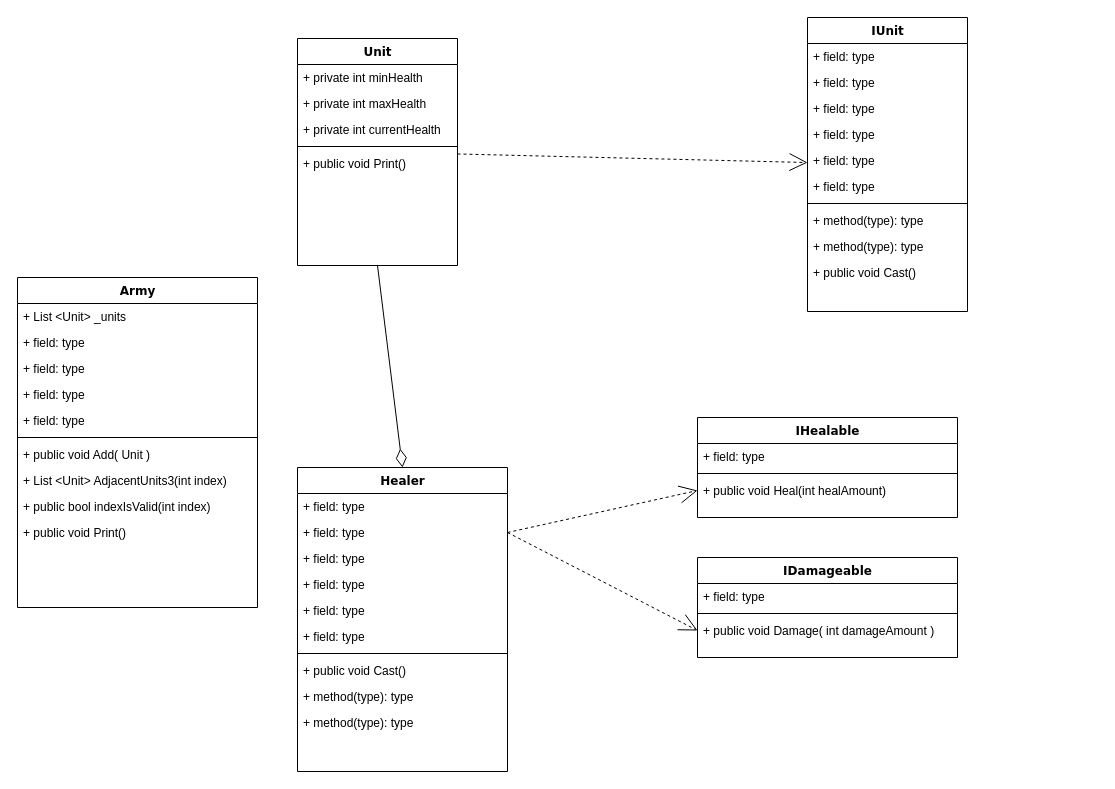
Before: page "Структура" (1 of 2) of Untitled Diagram.drawio in alexmukh/AdjacentUnits, a draw.io diagram. Source tidied: cells renumbered, new cells numbered last; positions are measured from the earlier drawing's top-left corner, leaving out a move shared by most shapes. Both pictures are drawn from the tidied source at 100%, with x=0, y=0 at pixel (17, 17).
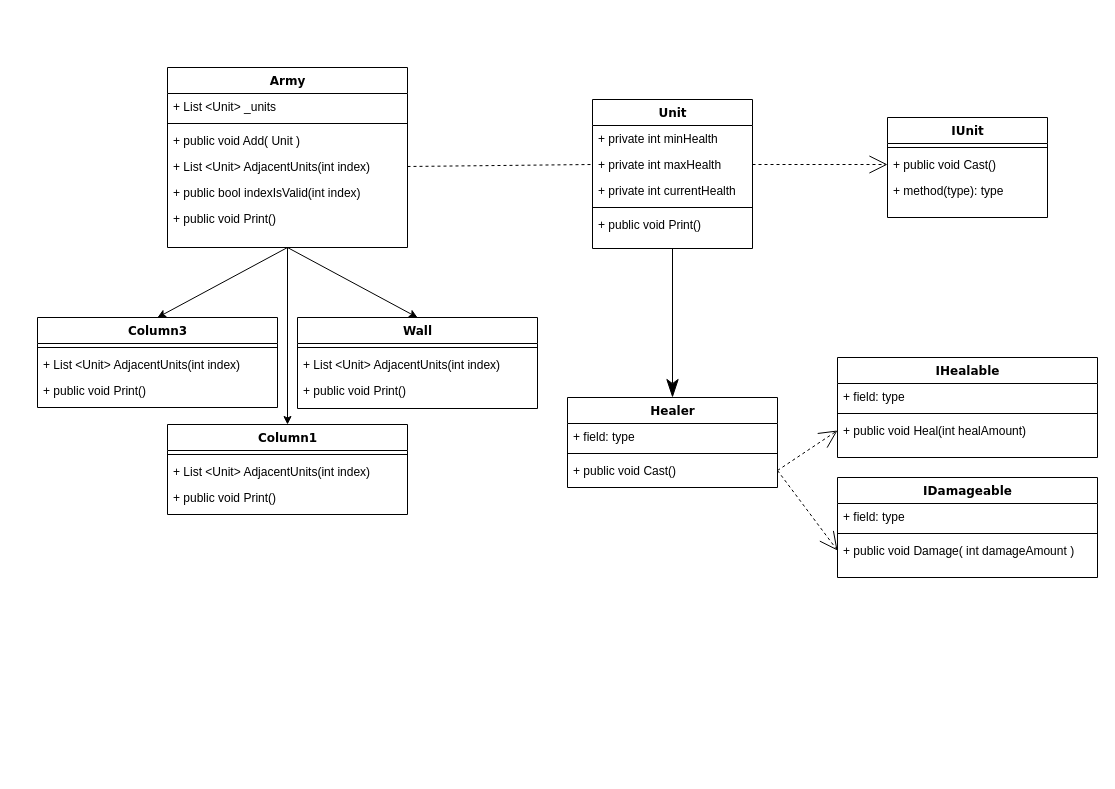
Above is the later version.

The change refers to these unchanged cells:
```xml
<mxCell id="5" value="+ private int maxHealth" style="text;html=1;strokeColor=none;fillColor=none;align=left;verticalAlign=top;spacingLeft=4;spacingRight=4;whiteSpace=wrap;overflow=hidden;points=[[0,0.5],[1,0.5]];portConstraint=eastwest;" parent="3" vertex="1">
  <mxGeometry y="52" width="160" height="26" as="geometry" />
</mxCell>
<mxCell id="24" value="+ public void Heal(int healAmount)" style="text;html=1;strokeColor=none;fillColor=none;align=left;verticalAlign=top;spacingLeft=4;spacingRight=4;whiteSpace=wrap;overflow=hidden;points=[[0,0.5],[1,0.5]];portConstraint=eastwest;" parent="21" vertex="1">
  <mxGeometry y="60" width="260" height="26" as="geometry" />
</mxCell>
<mxCell id="40" value="+ public void Damage( int damageAmount )" style="text;html=1;strokeColor=none;fillColor=none;align=left;verticalAlign=top;spacingLeft=4;spacingRight=4;whiteSpace=wrap;overflow=hidden;points=[[0,0.5],[1,0.5]];portConstraint=eastwest;" parent="37" vertex="1">
  <mxGeometry y="60" width="260" height="26" as="geometry" />
</mxCell>
```

Change to the diagram source:
```diff
@@
-    <mxCell id="2" style="html=1;labelBackgroundColor=none;startFill=0;startSize=8;endArrow=diamondThin;endFill=0;endSize=16;fontFamily=Verdana;fontSize=12;entryX=0.5;entryY=0;entryDx=0;entryDy=0;exitX=0.5;exitY=1;exitDx=0;exitDy=0;" parent="1" edge="1" source="3" target="25">
+    <mxCell id="2" style="html=1;labelBackgroundColor=none;startFill=0;startSize=8;endArrow=classicThin;endFill=1;endSize=16;fontFamily=Verdana;fontSize=12;entryX=0.5;entryY=0;entryDx=0;entryDy=0;exitX=0.5;exitY=1;exitDx=0;exitDy=0;" parent="1" edge="1" source="3" target="25">
       <mxGeometry relative="1" as="geometry" />
     </mxCell>
     <mxCell id="3" value="Unit" style="swimlane;html=1;fontStyle=1;align=center;verticalAlign=top;horizontal=1;startSize=26;swimlaneFillColor=#ffffff;rounded=0;shadow=0;comic=0;labelBackgroundColor=none;strokeWidth=1;fillColor=none;fontFamily=Verdana;fontSize=12;" parent="1" vertex="1">
-      <mxGeometry x="280" y="21" width="160" height="227" as="geometry" />
+      <mxGeometry x="575" y="82" width="160" height="149" as="geometry" />
     </mxCell>
@@
-    <mxCell id="9" style="html=1;labelBackgroundColor=none;startFill=0;startSize=8;endArrow=open;endFill=0;endSize=16;fontFamily=Verdana;fontSize=12;elbow=vertical;dashed=1;exitX=1;exitY=0.5;exitDx=0;exitDy=0;entryX=0;entryY=0.5;entryDx=0;entryDy=0;" parent="1" edge="1" source="27" target="24">
+    <mxCell id="9" style="html=1;labelBackgroundColor=none;startFill=0;startSize=8;endArrow=open;endFill=0;endSize=16;fontFamily=Verdana;fontSize=12;elbow=vertical;dashed=1;exitX=1;exitY=0.5;exitDx=0;exitDy=0;entryX=0;entryY=0.5;entryDx=0;entryDy=0;" parent="1" edge="1" source="33" target="24">
       <mxGeometry relative="1" as="geometry" />
     </mxCell>
     <mxCell id="10" value="IUnit" style="swimlane;html=1;fontStyle=1;align=center;verticalAlign=top;horizontal=1;startSize=26;swimlaneFillColor=#ffffff;rounded=0;shadow=0;comic=0;labelBackgroundColor=none;strokeWidth=1;fillColor=none;fontFamily=Verdana;fontSize=12;" parent="1" vertex="1">
-      <mxGeometry x="790" width="160" height="294" as="geometry" />
+      <mxGeometry x="870" y="100" width="160" height="100" as="geometry" />
     </mxCell>
-    <mxCell id="11" value="+ field: type" style="text;html=1;strokeColor=none;fillColor=none;align=left;verticalAlign=top;spacingLeft=4;spacingRight=4;whiteSpace=wrap;overflow=hidden;" parent="10" vertex="1">
-      <mxGeometry y="26" width="160" height="26" as="geometry" />
-    </mxCell>
-    <mxCell id="12" value="+ field: type" style="text;html=1;strokeColor=none;fillColor=none;align=left;verticalAlign=top;spacingLeft=4;spacingRight=4;whiteSpace=wrap;overflow=hidden;" parent="10" vertex="1">
-      <mxGeometry y="52" width="160" height="26" as="geometry" />
-    </mxCell>
-    <mxCell id="13" value="+ field: type" style="text;html=1;strokeColor=none;fillColor=none;align=left;verticalAlign=top;spacingLeft=4;spacingRight=4;whiteSpace=wrap;overflow=hidden;" parent="10" vertex="1">
-      <mxGeometry y="78" width="160" height="26" as="geometry" />
-    </mxCell>
-    <mxCell id="14" value="+ field: type" style="text;html=1;strokeColor=none;fillColor=none;align=left;verticalAlign=top;spacingLeft=4;spacingRight=4;whiteSpace=wrap;overflow=hidden;" parent="10" vertex="1">
-      <mxGeometry y="104" width="160" height="26" as="geometry" />
-    </mxCell>
-    <mxCell id="15" value="+ field: type" style="text;html=1;strokeColor=none;fillColor=none;align=left;verticalAlign=top;spacingLeft=4;spacingRight=4;whiteSpace=wrap;overflow=hidden;" parent="10" vertex="1">
-      <mxGeometry y="130" width="160" height="26" as="geometry" />
-    </mxCell>
-    <mxCell id="16" value="+ field: type" style="text;html=1;strokeColor=none;fillColor=none;align=left;verticalAlign=top;spacingLeft=4;spacingRight=4;whiteSpace=wrap;overflow=hidden;" parent="10" vertex="1">
-      <mxGeometry y="156" width="160" height="26" as="geometry" />
-    </mxCell>
     <mxCell id="17" style="line;html=1;strokeWidth=1;fillColor=none;align=left;verticalAlign=middle;spacingTop=-1;spacingLeft=3;spacingRight=3;labelPosition=right;" parent="10" vertex="1">
-      <mxGeometry y="182" width="160" height="8" as="geometry" />
+      <mxGeometry y="26" width="160" height="8" as="geometry" />
     </mxCell>
+    <mxCell id="20" value="+ public void Cast()" style="text;html=1;strokeColor=none;fillColor=none;align=left;verticalAlign=top;spacingLeft=4;spacingRight=4;whiteSpace=wrap;overflow=hidden;points=[[0,0.5],[1,0.5]];portConstraint=eastwest;" parent="10" vertex="1">
+      <mxGeometry y="34" width="160" height="26" as="geometry" />
+    </mxCell>
     <mxCell id="18" value="+ method(type): type" style="text;html=1;strokeColor=none;fillColor=none;align=left;verticalAlign=top;spacingLeft=4;spacingRight=4;whiteSpace=wrap;overflow=hidden;" parent="10" vertex="1">
-      <mxGeometry y="190" width="160" height="26" as="geometry" />
+      <mxGeometry y="60" width="160" height="26" as="geometry" />
     </mxCell>
-    <mxCell id="19" value="+ method(type): type" style="text;html=1;strokeColor=none;fillColor=none;align=left;verticalAlign=top;spacingLeft=4;spacingRight=4;whiteSpace=wrap;overflow=hidden;" parent="10" vertex="1">
-      <mxGeometry y="216" width="160" height="26" as="geometry" />
-    </mxCell>
-    <mxCell id="20" value="+ public void Cast()" style="text;html=1;strokeColor=none;fillColor=none;align=left;verticalAlign=top;spacingLeft=4;spacingRight=4;whiteSpace=wrap;overflow=hidden;points=[[0,0.5],[1,0.5]];portConstraint=eastwest;" parent="10" vertex="1">
-      <mxGeometry y="242" width="160" height="26" as="geometry" />
-    </mxCell>
     <mxCell id="21" value="IHealable" style="swimlane;html=1;fontStyle=1;align=center;verticalAlign=top;horizontal=1;startSize=26;swimlaneFillColor=#ffffff;rounded=0;shadow=0;comic=0;labelBackgroundColor=none;strokeWidth=1;fillColor=none;fontFamily=Verdana;fontSize=12;" parent="1" vertex="1">
-      <mxGeometry x="680" y="400" width="260" height="100" as="geometry" />
+      <mxGeometry x="820" y="340" width="260" height="100" as="geometry" />
     </mxCell>
@@
     <mxCell id="25" value="Healer" style="swimlane;html=1;fontStyle=1;align=center;verticalAlign=top;horizontal=1;startSize=26;swimlaneFillColor=#ffffff;rounded=0;shadow=0;comic=0;labelBackgroundColor=none;strokeWidth=1;fillColor=none;fontFamily=Verdana;fontSize=12;" parent="1" vertex="1">
-      <mxGeometry x="280" y="450" width="210" height="304" as="geometry" />
+      <mxGeometry x="550" y="380" width="210" height="90" as="geometry" />
     </mxCell>
-    <mxCell id="26" value="+ field: type" style="text;html=1;strokeColor=none;fillColor=none;align=left;verticalAlign=top;spacingLeft=4;spacingRight=4;whiteSpace=wrap;overflow=hidden;" parent="25" vertex="1">
-      <mxGeometry y="26" width="210" height="26" as="geometry" />
-    </mxCell>
-    <mxCell id="27" value="+ field: type" style="text;html=1;strokeColor=none;fillColor=none;align=left;verticalAlign=top;spacingLeft=4;spacingRight=4;whiteSpace=wrap;overflow=hidden;points=[[0,0.5],[1,0.5]];portConstraint=eastwest;" parent="25" vertex="1">
-      <mxGeometry y="52" width="210" height="26" as="geometry" />
-    </mxCell>
-    <mxCell id="28" value="+ field: type" style="text;html=1;strokeColor=none;fillColor=none;align=left;verticalAlign=top;spacingLeft=4;spacingRight=4;whiteSpace=wrap;overflow=hidden;" parent="25" vertex="1">
-      <mxGeometry y="78" width="210" height="26" as="geometry" />
-    </mxCell>
-    <mxCell id="29" value="+ field: type" style="text;html=1;strokeColor=none;fillColor=none;align=left;verticalAlign=top;spacingLeft=4;spacingRight=4;whiteSpace=wrap;overflow=hidden;" parent="25" vertex="1">
-      <mxGeometry y="104" width="210" height="26" as="geometry" />
-    </mxCell>
-    <mxCell id="30" value="+ field: type" style="text;html=1;strokeColor=none;fillColor=none;align=left;verticalAlign=top;spacingLeft=4;spacingRight=4;whiteSpace=wrap;overflow=hidden;" parent="25" vertex="1">
-      <mxGeometry y="130" width="210" height="26" as="geometry" />
-    </mxCell>
     <mxCell id="31" value="+ field: type" style="text;html=1;strokeColor=none;fillColor=none;align=left;verticalAlign=top;spacingLeft=4;spacingRight=4;whiteSpace=wrap;overflow=hidden;" parent="25" vertex="1">
-      <mxGeometry y="156" width="210" height="26" as="geometry" />
+      <mxGeometry y="26" width="210" height="26" as="geometry" />
     </mxCell>
     <mxCell id="32" style="line;html=1;strokeWidth=1;fillColor=none;align=left;verticalAlign=middle;spacingTop=-1;spacingLeft=3;spacingRight=3;labelPosition=right;" parent="25" vertex="1">
-      <mxGeometry y="182" width="210" height="8" as="geometry" />
+      <mxGeometry y="52" width="210" height="8" as="geometry" />
     </mxCell>
     <mxCell id="33" value="+ public void Cast()" style="text;html=1;strokeColor=none;fillColor=none;align=left;verticalAlign=top;spacingLeft=4;spacingRight=4;whiteSpace=wrap;overflow=hidden;points=[[0,0.5],[1,0.5]];portConstraint=eastwest;" parent="25" vertex="1">
-      <mxGeometry y="190" width="210" height="26" as="geometry" />
+      <mxGeometry y="60" width="210" height="26" as="geometry" />
     </mxCell>
-    <mxCell id="34" value="+ method(type): type" style="text;html=1;strokeColor=none;fillColor=none;align=left;verticalAlign=top;spacingLeft=4;spacingRight=4;whiteSpace=wrap;overflow=hidden;" parent="25" vertex="1">
-      <mxGeometry y="216" width="210" height="26" as="geometry" />
-    </mxCell>
-    <mxCell id="35" value="+ method(type): type" style="text;html=1;strokeColor=none;fillColor=none;align=left;verticalAlign=top;spacingLeft=4;spacingRight=4;whiteSpace=wrap;overflow=hidden;" parent="25" vertex="1">
-      <mxGeometry y="242" width="210" height="26" as="geometry" />
-    </mxCell>
-    <mxCell id="36" style="html=1;labelBackgroundColor=none;startFill=0;startSize=8;endArrow=open;endFill=0;endSize=16;fontFamily=Verdana;fontSize=12;elbow=vertical;dashed=1;" parent="1" edge="1" source="3" target="10">
+    <mxCell id="36" style="html=1;labelBackgroundColor=none;startFill=0;startSize=8;endArrow=open;endFill=0;endSize=16;fontFamily=Verdana;fontSize=12;elbow=vertical;dashed=1;exitX=1;exitY=0.5;exitDx=0;exitDy=0;entryX=0;entryY=0.5;entryDx=0;entryDy=0;" parent="1" edge="1" source="5" target="20">
       <mxGeometry relative="1" as="geometry" />
     </mxCell>
     <mxCell id="37" value="IDamageable" style="swimlane;html=1;fontStyle=1;align=center;verticalAlign=top;horizontal=1;startSize=26;swimlaneFillColor=#ffffff;rounded=0;shadow=0;comic=0;labelBackgroundColor=none;strokeWidth=1;fillColor=none;fontFamily=Verdana;fontSize=12;" parent="1" vertex="1">
-      <mxGeometry x="680" y="540" width="260" height="100" as="geometry" />
+      <mxGeometry x="820" y="460" width="260" height="100" as="geometry" />
     </mxCell>
@@
     <mxCell id="41" value="Army" style="swimlane;html=1;fontStyle=1;align=center;verticalAlign=top;horizontal=1;startSize=26;swimlaneFillColor=#ffffff;rounded=0;shadow=0;comic=0;labelBackgroundColor=none;strokeWidth=1;fillColor=none;fontFamily=Verdana;fontSize=12;" parent="1" vertex="1">
-      <mxGeometry y="260" width="240" height="330" as="geometry" />
+      <mxGeometry x="150" y="50" width="240" height="180" as="geometry" />
     </mxCell>
@@
-    <mxCell id="43" value="+ field: type" style="text;html=1;strokeColor=none;fillColor=none;align=left;verticalAlign=top;spacingLeft=4;spacingRight=4;whiteSpace=wrap;overflow=hidden;" parent="41" vertex="1">
-      <mxGeometry y="52" width="240" height="26" as="geometry" />
-    </mxCell>
-    <mxCell id="44" value="+ field: type" style="text;html=1;strokeColor=none;fillColor=none;align=left;verticalAlign=top;spacingLeft=4;spacingRight=4;whiteSpace=wrap;overflow=hidden;" parent="41" vertex="1">
-      <mxGeometry y="78" width="240" height="26" as="geometry" />
-    </mxCell>
-    <mxCell id="45" value="+ field: type" style="text;html=1;strokeColor=none;fillColor=none;align=left;verticalAlign=top;spacingLeft=4;spacingRight=4;whiteSpace=wrap;overflow=hidden;" parent="41" vertex="1">
-      <mxGeometry y="104" width="240" height="26" as="geometry" />
-    </mxCell>
-    <mxCell id="46" value="+ field: type" style="text;html=1;strokeColor=none;fillColor=none;align=left;verticalAlign=top;spacingLeft=4;spacingRight=4;whiteSpace=wrap;overflow=hidden;" parent="41" vertex="1">
-      <mxGeometry y="130" width="240" height="26" as="geometry" />
-    </mxCell>
     <mxCell id="47" style="line;html=1;strokeWidth=1;fillColor=none;align=left;verticalAlign=middle;spacingTop=-1;spacingLeft=3;spacingRight=3;labelPosition=right;" parent="41" vertex="1">
-      <mxGeometry y="156" width="240" height="8" as="geometry" />
+      <mxGeometry y="52" width="240" height="8" as="geometry" />
     </mxCell>
     <mxCell id="48" value="&lt;div&gt;+ public void Add( Unit )&lt;/div&gt;" style="text;html=1;strokeColor=none;fillColor=none;align=left;verticalAlign=top;spacingLeft=4;spacingRight=4;whiteSpace=wrap;overflow=hidden;" parent="41" vertex="1">
-      <mxGeometry y="164" width="240" height="26" as="geometry" />
+      <mxGeometry y="60" width="240" height="26" as="geometry" />
     </mxCell>
-    <mxCell id="49" value="+ List &amp;lt;Unit&amp;gt; AdjacentUnits3(int index)" style="text;html=1;strokeColor=none;fillColor=none;align=left;verticalAlign=top;spacingLeft=4;spacingRight=4;whiteSpace=wrap;overflow=hidden;points=[[0,0.5],[1,0.5]];portConstraint=eastwest;" parent="41" vertex="1">
-      <mxGeometry y="190" width="240" height="26" as="geometry" />
+    <mxCell id="49" value="+ List &amp;lt;Unit&amp;gt; AdjacentUnits(int index)" style="text;html=1;strokeColor=none;fillColor=none;align=left;verticalAlign=top;spacingLeft=4;spacingRight=4;whiteSpace=wrap;overflow=hidden;points=[[0,0.5],[1,0.5]];portConstraint=eastwest;" parent="41" vertex="1">
+      <mxGeometry y="86" width="240" height="26" as="geometry" />
     </mxCell>
     <mxCell id="50" value="+ public bool indexIsValid(int index)" style="text;html=1;strokeColor=none;fillColor=none;align=left;verticalAlign=top;spacingLeft=4;spacingRight=4;whiteSpace=wrap;overflow=hidden;" parent="41" vertex="1">
-      <mxGeometry y="216" width="240" height="26" as="geometry" />
+      <mxGeometry y="112" width="240" height="26" as="geometry" />
     </mxCell>
     <mxCell id="51" value="+ public void Print()" style="text;html=1;strokeColor=none;fillColor=none;align=left;verticalAlign=top;spacingLeft=4;spacingRight=4;whiteSpace=wrap;overflow=hidden;" parent="41" vertex="1">
-      <mxGeometry y="242" width="240" height="26" as="geometry" />
+      <mxGeometry y="138" width="240" height="26" as="geometry" />
     </mxCell>
-    <mxCell id="52" style="html=1;labelBackgroundColor=none;startFill=0;startSize=8;endArrow=open;endFill=0;endSize=16;fontFamily=Verdana;fontSize=12;elbow=vertical;dashed=1;exitX=1;exitY=0.5;exitDx=0;exitDy=0;entryX=0;entryY=0.5;entryDx=0;entryDy=0;" parent="1" edge="1" source="27" target="40">
+    <mxCell id="52" style="html=1;labelBackgroundColor=none;startFill=0;startSize=8;endArrow=open;endFill=0;endSize=16;fontFamily=Verdana;fontSize=12;elbow=vertical;dashed=1;exitX=1;exitY=0.5;exitDx=0;exitDy=0;entryX=0;entryY=0.5;entryDx=0;entryDy=0;" parent="1" edge="1" source="33" target="40">
       <mxGeometry relative="1" as="geometry" />
     </mxCell>
+    <mxCell id="53" value="Column1" style="swimlane;html=1;fontStyle=1;align=center;verticalAlign=top;horizontal=1;startSize=26;swimlaneFillColor=#ffffff;rounded=0;shadow=0;comic=0;labelBackgroundColor=none;strokeWidth=1;fillColor=none;fontFamily=Verdana;fontSize=12;" parent="1" vertex="1">
+      <mxGeometry x="150" y="407" width="240" height="90" as="geometry" />
+    </mxCell>
+    <mxCell id="54" style="line;html=1;strokeWidth=1;fillColor=none;align=left;verticalAlign=middle;spacingTop=-1;spacingLeft=3;spacingRight=3;labelPosition=right;" parent="53" vertex="1">
+      <mxGeometry y="26" width="240" height="8" as="geometry" />
+    </mxCell>
+    <mxCell id="55" value="+ List &amp;lt;Unit&amp;gt; AdjacentUnits(int index)" style="text;html=1;strokeColor=none;fillColor=none;align=left;verticalAlign=top;spacingLeft=4;spacingRight=4;whiteSpace=wrap;overflow=hidden;" parent="53" vertex="1">
+      <mxGeometry y="34" width="240" height="26" as="geometry" />
+    </mxCell>
+    <mxCell id="56" value="+ public void Print()" style="text;html=1;strokeColor=none;fillColor=none;align=left;verticalAlign=top;spacingLeft=4;spacingRight=4;whiteSpace=wrap;overflow=hidden;" parent="53" vertex="1">
+      <mxGeometry y="60" width="240" height="26" as="geometry" />
+    </mxCell>
+    <mxCell id="57" value="Wall" style="swimlane;html=1;fontStyle=1;align=center;verticalAlign=top;horizontal=1;startSize=26;swimlaneFillColor=#ffffff;rounded=0;shadow=0;comic=0;labelBackgroundColor=none;strokeWidth=1;fillColor=none;fontFamily=Verdana;fontSize=12;" parent="1" vertex="1">
+      <mxGeometry x="280" y="300" width="240" height="91" as="geometry" />
+    </mxCell>
+    <mxCell id="58" style="line;html=1;strokeWidth=1;fillColor=none;align=left;verticalAlign=middle;spacingTop=-1;spacingLeft=3;spacingRight=3;labelPosition=right;" parent="57" vertex="1">
+      <mxGeometry y="26" width="240" height="8" as="geometry" />
+    </mxCell>
+    <mxCell id="59" value="+ List &amp;lt;Unit&amp;gt; AdjacentUnits(int index)" style="text;html=1;strokeColor=none;fillColor=none;align=left;verticalAlign=top;spacingLeft=4;spacingRight=4;whiteSpace=wrap;overflow=hidden;" parent="57" vertex="1">
+      <mxGeometry y="34" width="240" height="26" as="geometry" />
+    </mxCell>
+    <mxCell id="60" value="+ public void Print()" style="text;html=1;strokeColor=none;fillColor=none;align=left;verticalAlign=top;spacingLeft=4;spacingRight=4;whiteSpace=wrap;overflow=hidden;" parent="57" vertex="1">
+      <mxGeometry y="60" width="240" height="30" as="geometry" />
+    </mxCell>
+    <mxCell id="61" value="Column3" style="swimlane;html=1;fontStyle=1;align=center;verticalAlign=top;horizontal=1;startSize=26;swimlaneFillColor=#ffffff;rounded=0;shadow=0;comic=0;labelBackgroundColor=none;strokeWidth=1;fillColor=none;fontFamily=Verdana;fontSize=12;" parent="1" vertex="1">
+      <mxGeometry x="20" y="300" width="240" height="90" as="geometry" />
+    </mxCell>
+    <mxCell id="62" style="line;html=1;strokeWidth=1;fillColor=none;align=left;verticalAlign=middle;spacingTop=-1;spacingLeft=3;spacingRight=3;labelPosition=right;" parent="61" vertex="1">
+      <mxGeometry y="26" width="240" height="8" as="geometry" />
+    </mxCell>
+    <mxCell id="63" value="+ List &amp;lt;Unit&amp;gt; AdjacentUnits(int index)" style="text;html=1;strokeColor=none;fillColor=none;align=left;verticalAlign=top;spacingLeft=4;spacingRight=4;whiteSpace=wrap;overflow=hidden;" parent="61" vertex="1">
+      <mxGeometry y="34" width="240" height="26" as="geometry" />
+    </mxCell>
+    <mxCell id="64" value="+ public void Print()" style="text;html=1;strokeColor=none;fillColor=none;align=left;verticalAlign=top;spacingLeft=4;spacingRight=4;whiteSpace=wrap;overflow=hidden;" parent="61" vertex="1">
+      <mxGeometry y="60" width="240" height="26" as="geometry" />
+    </mxCell>
+    <mxCell id="65" style="endArrow=classic;html=1;rounded=0;entryX=0.5;entryY=0;entryDx=0;entryDy=0;exitX=0.5;exitY=1;exitDx=0;exitDy=0;" parent="1" edge="1" source="41" target="53">
+      <mxGeometry relative="1" as="geometry" />
+    </mxCell>
+    <mxCell id="66" style="endArrow=classic;html=1;rounded=0;entryX=0.5;entryY=0;entryDx=0;entryDy=0;exitX=0.5;exitY=1;exitDx=0;exitDy=0;" parent="1" edge="1" source="41" target="61">
+      <mxGeometry relative="1" as="geometry" />
+    </mxCell>
+    <mxCell id="67" style="endArrow=classic;html=1;rounded=0;exitX=0.5;exitY=1;exitDx=0;exitDy=0;entryX=0.5;entryY=0;entryDx=0;entryDy=0;" parent="1" edge="1" source="41" target="57">
+      <mxGeometry relative="1" as="geometry" />
+    </mxCell>
+    <mxCell id="68" style="endArrow=none;dashed=1;html=1;rounded=0;exitX=1;exitY=0.5;exitDx=0;exitDy=0;entryX=0;entryY=0.5;entryDx=0;entryDy=0;" parent="1" edge="1" source="49" target="5">
+      <mxGeometry relative="1" as="geometry" />
+    </mxCell>
```
